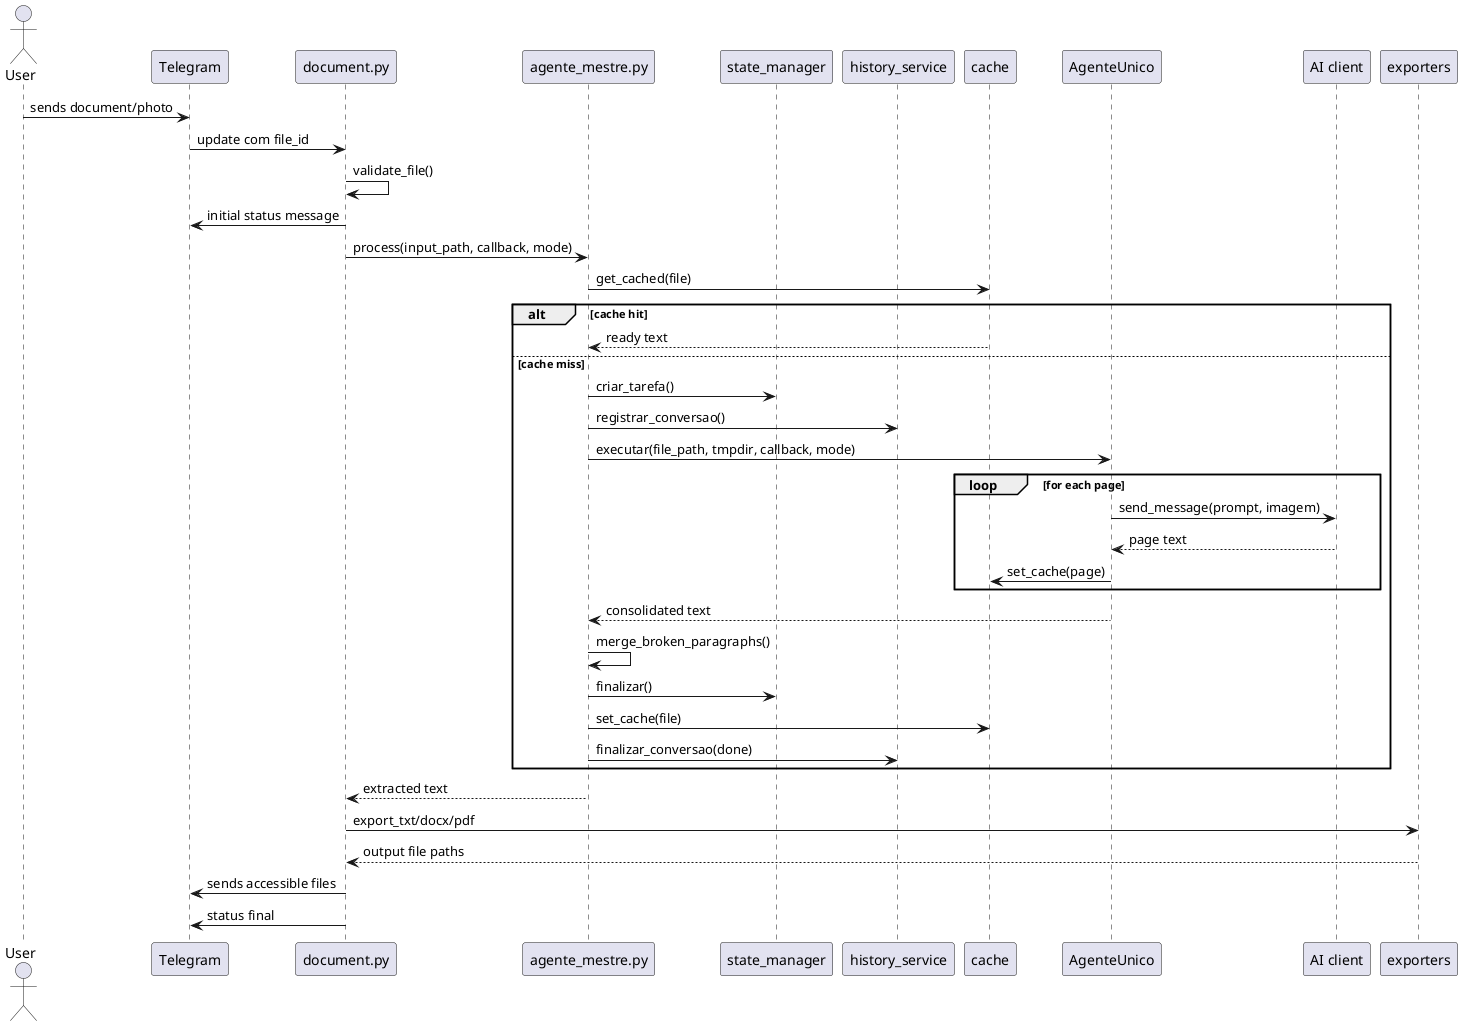
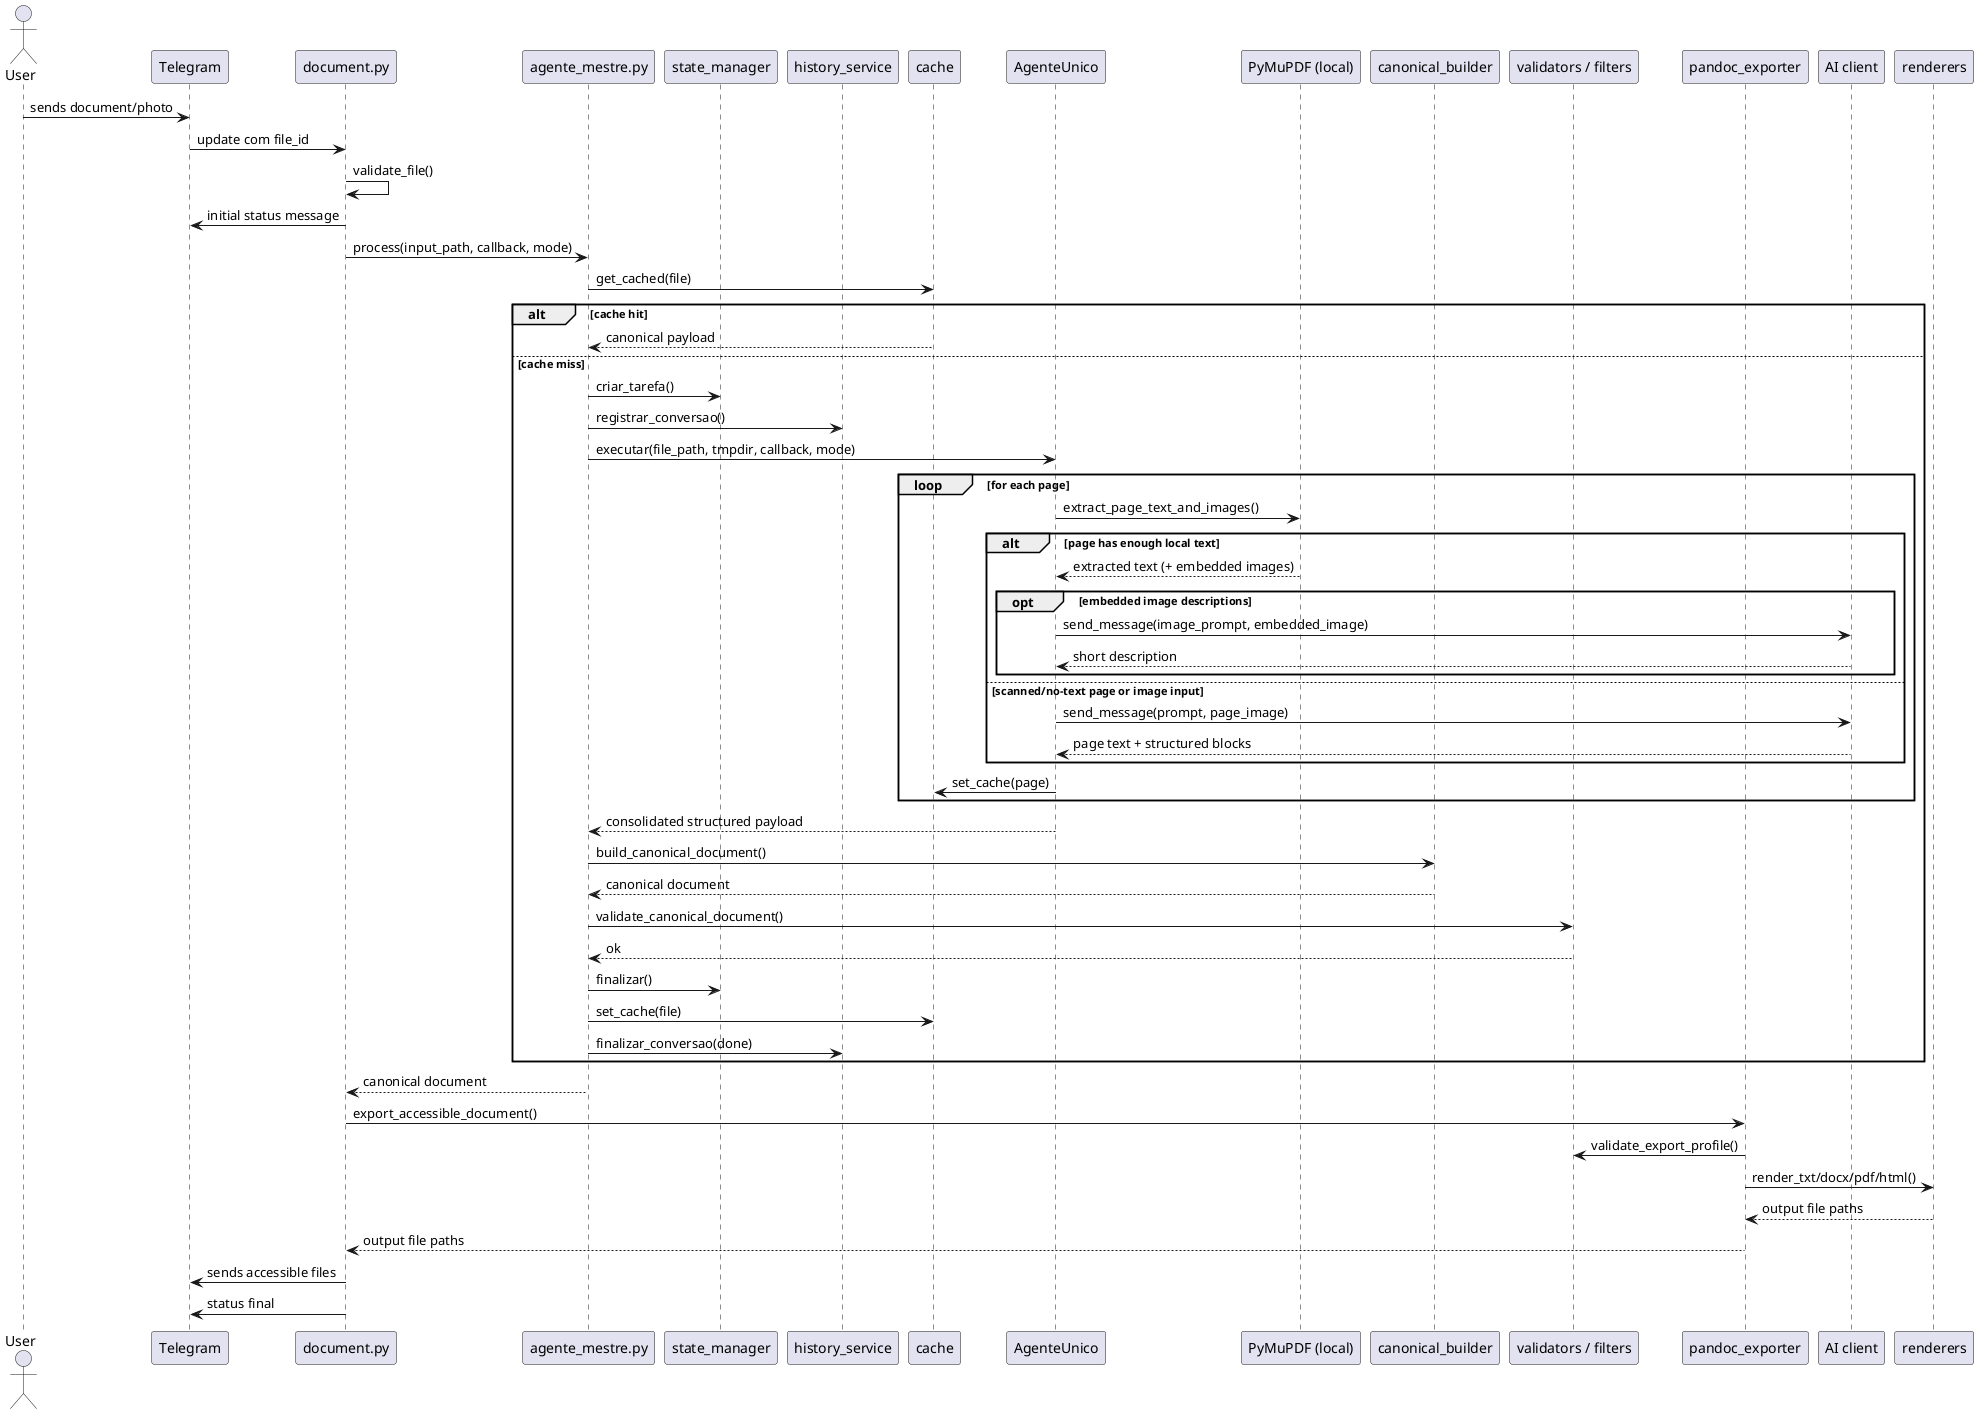
- @startuml
+ @startuml document_processing_sequence
skinparam shadowing false

actor User
participant "Telegram" as TG
participant "document.py" as Handler
participant "agente_mestre.py" as Master
participant "state_manager" as State
participant "history_service" as History
participant "cache" as Cache
participant "AgenteUnico" as Agent
+ participant "PyMuPDF (local)" as LocalOCR
+ participant "canonical_builder" as Builder
+ participant "validators / filters" as Checks
+ participant "pandoc_exporter" as Export
participant "AI client" as AI
- participant "exporters" as Exp
+ participant "renderers" as Renderers

User -> TG: sends document/photo
TG -> Handler: update com file_id
Handler -> Handler: validate_file()
Handler -> TG: initial status message
Handler -> Master: process(input_path, callback, mode)

Master -> Cache: get_cached(file)
alt cache hit
-   Cache --> Master: ready text
+   Cache --> Master: canonical payload
else cache miss
  Master -> State: criar_tarefa()
  Master -> History: registrar_conversao()
  Master -> Agent: executar(file_path, tmpdir, callback, mode)

  loop for each page
-     Agent -> AI: send_message(prompt, imagem)
-     AI --> Agent: page text
+     Agent -> LocalOCR: extract_page_text_and_images()
+     alt page has enough local text
+       LocalOCR --> Agent: extracted text (+ embedded images)
+       opt embedded image descriptions
+         Agent -> AI: send_message(image_prompt, embedded_image)
+         AI --> Agent: short description
+       end
+     else scanned/no-text page or image input
+       Agent -> AI: send_message(prompt, page_image)
+       AI --> Agent: page text + structured blocks
+     end
    Agent -> Cache: set_cache(page)
  end

-   Agent --> Master: consolidated text
-   Master -> Master: merge_broken_paragraphs()
+   Agent --> Master: consolidated structured payload
+   Master -> Builder: build_canonical_document()
+   Builder --> Master: canonical document
+   Master -> Checks: validate_canonical_document()
+   Checks --> Master: ok
  Master -> State: finalizar()
  Master -> Cache: set_cache(file)
  Master -> History: finalizar_conversao(done)
end

- Master --> Handler: extracted text
- Handler -> Exp: export_txt/docx/pdf
- Exp --> Handler: output file paths
+ Master --> Handler: canonical document
+ Handler -> Export: export_accessible_document()
+ Export -> Checks: validate_export_profile()
+ Export -> Renderers: render_txt/docx/pdf/html()
+ Renderers --> Export: output file paths
+ Export --> Handler: output file paths
Handler -> TG: sends accessible files
Handler -> TG: status final

@enduml
